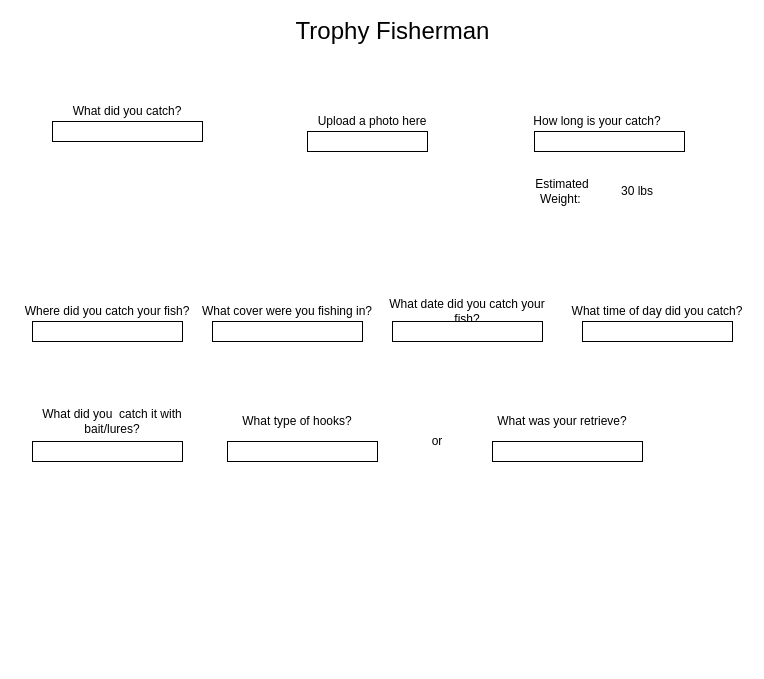
This is Trophy-Fisherman.drawio from AdamVuu/Trophy-Fisherman, a draw.io file, before an edit. Source tidied: cells renumbered, new cells numbered last; positions are measured from the earlier drawing's top-left corner, leaving out a move shared by most shapes. Both pictures are drawn from the tidied source at 100%, with x=0, y=0 at pixel (17, 21).
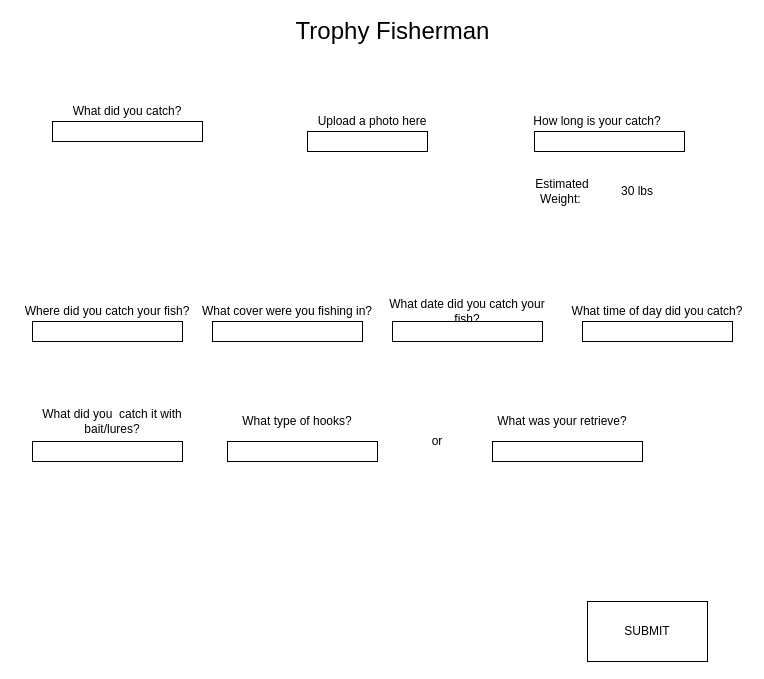
The same page after the edit.

Commit message:
Finish Index page

The edit, as a diff of the source:
```diff
@@
+    <mxCell id="26" value="SUBMIT" style="rounded=0;whiteSpace=wrap;html=1;" parent="1" vertex="1">
+      <mxGeometry x="570" y="580" width="120" height="60" as="geometry" />
+    </mxCell>
```
